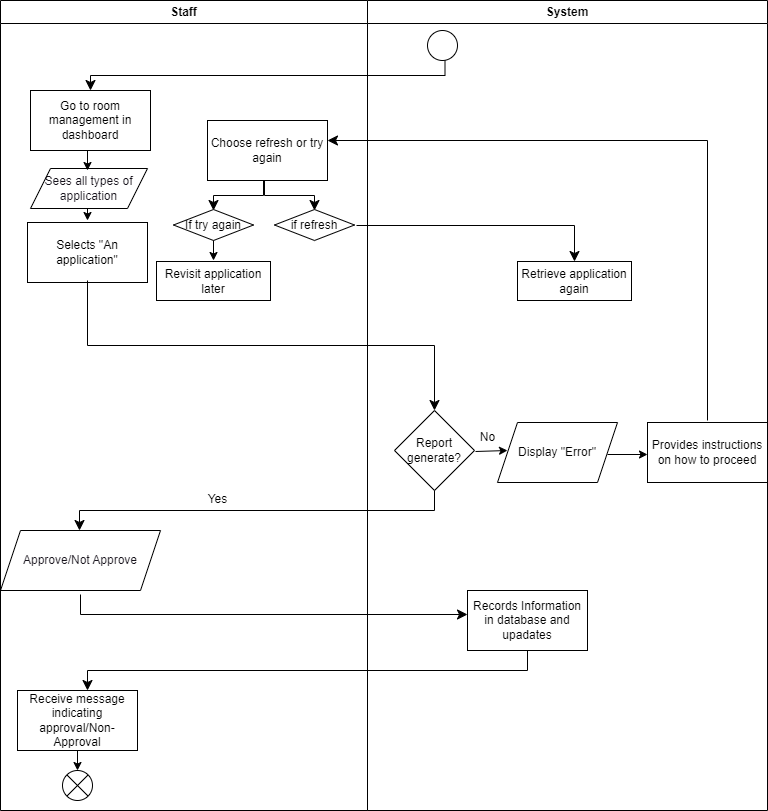
Earlier version of the draw.io export project/drawio/stakeholder/activity diagram/uc15.png (drshahizan/software-engineering). Source tidied: cells renumbered, new cells last; positions are measured from the earlier drawing's top-left corner, leaving out a move shared by most shapes.
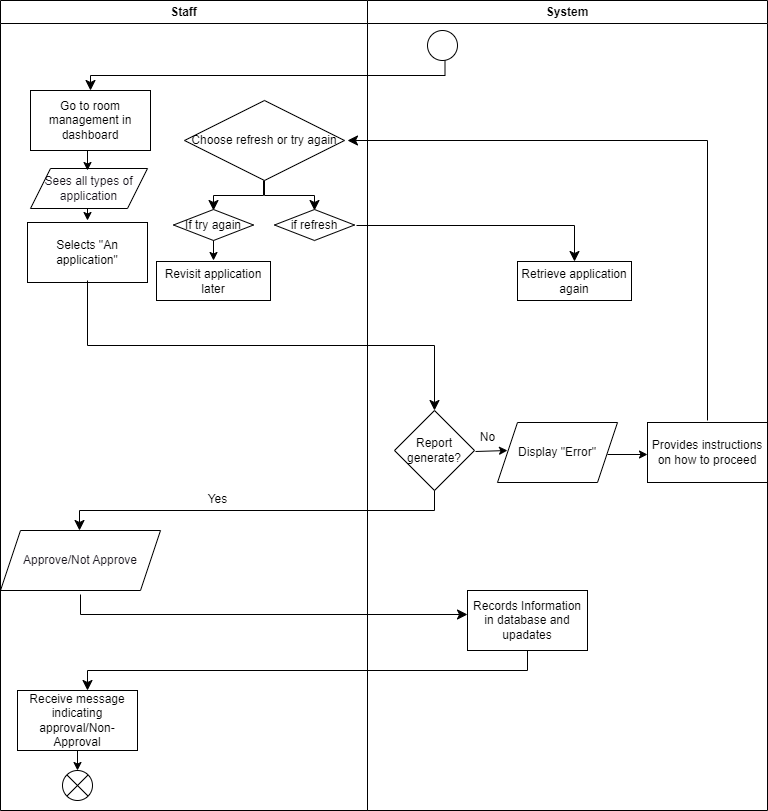
The same diagram one commit later.

Change to the diagram source:
```diff
@@ -70,14 +70,14 @@
     <mxCell id="17" style="edgeStyle=elbowEdgeStyle;elbow=vertical;endArrow=classic;html=1;curved=0;rounded=0;endSize=8;startSize=8;" parent="1" edge="1">
       <mxGeometry relative="1" as="geometry">
         <mxPoint x="707" y="420" as="sourcePoint" />
-        <mxPoint x="327" y="140" as="targetPoint" />
+        <mxPoint x="347" y="140" as="targetPoint" />
         <Array as="points">
           <mxPoint x="517" y="140" />
         </Array>
       </mxGeometry>
     </mxCell>
-    <mxCell id="18" value="Choose refresh or try again" style="rounded=0;whiteSpace=wrap;html=1;" parent="1" vertex="1">
-      <mxGeometry x="207" y="120" width="120" height="60" as="geometry" />
+    <mxCell id="18" value="Choose refresh or try again" style="rhombus;whiteSpace=wrap;html=1;fontFamily=Helvetica;fontSize=12;fontColor=default;align=center;strokeColor=default;fillColor=default;" parent="1" vertex="1">
+      <mxGeometry x="184" y="100" width="160" height="80" as="geometry" />
     </mxCell>
     <mxCell id="19" style="edgeStyle=elbowEdgeStyle;elbow=vertical;endArrow=classic;html=1;curved=0;rounded=0;endSize=8;startSize=8;" parent="1" edge="1">
       <mxGeometry relative="1" as="geometry">
```
